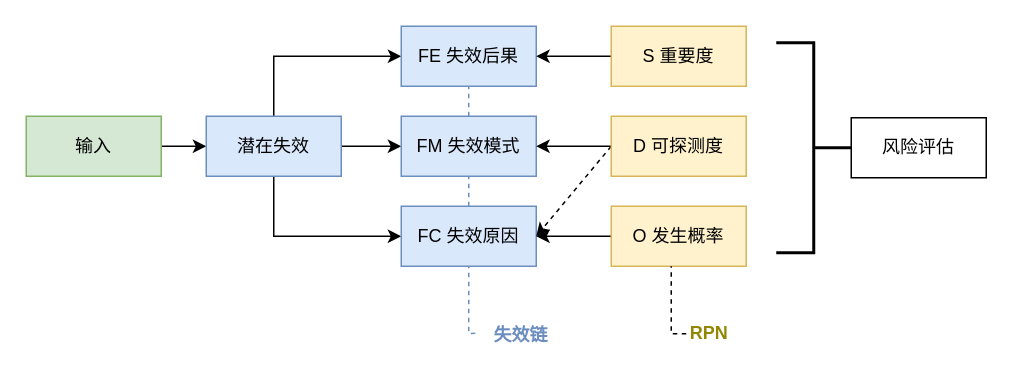
The draw.io diagram 未命名绘图.drawio in 89ao/rss2cubox, before the edit. Source tidied: cells renumbered, new cells numbered last; positions are measured from the earlier drawing's top-left corner, leaving out a move shared by most shapes. Both pictures are drawn from the tidied source at 150%, with x=0, y=0 at pixel (26, 26).
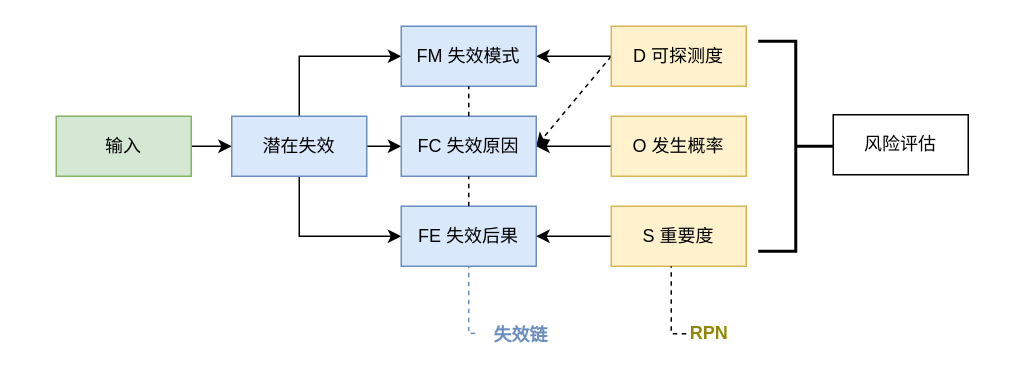
The same diagram, later.

Commit message:
更新未命名绘图.drawio

The change refers to these unchanged cells:
```xml
<mxCell id="14" value="失效链" style="text;align=center;verticalAlign=middle;points=[];strokeColor=none;fillColor=none;labelBorderColor=none;fontColor=light-dark(#6c8ebf, #ededed);fontStyle=1;" parent="1" vertex="1">
  <mxGeometry x="300" y="190" width="60" height="30" as="geometry" />
</mxCell>
```

What changed in the source:
```diff
@@
     <mxCell id="3" value="输入" style="rounded=0;whiteSpace=wrap;html=1;fillColor=#d5e8d4;strokeColor=#82b366;" parent="1" vertex="1">
-      <mxGeometry y="60" width="90" height="40" as="geometry" />
+      <mxGeometry x="20" y="60" width="90" height="40" as="geometry" />
     </mxCell>
+    <mxCell id="6" style="edgeStyle=orthogonalEdgeStyle;rounded=0;jettySize=auto;html=1;exitX=1;exitY=0.5;exitDx=0;exitDy=0;entryX=0;entryY=0.5;entryDx=0;entryDy=0;" parent="1" edge="1" source="7" target="10">
+      <mxGeometry relative="1" as="geometry" />
+    </mxCell>
-    <mxCell id="4" style="edgeStyle=orthogonalEdgeStyle;rounded=0;jettySize=auto;html=1;" parent="1" edge="1" source="7" target="8">
+    <mxCell id="4" style="edgeStyle=orthogonalEdgeStyle;rounded=0;jettySize=auto;html=1;exitX=0.5;exitY=0;exitDx=0;exitDy=0;entryX=0;entryY=0.5;entryDx=0;entryDy=0;" parent="1" edge="1" source="7" target="8">
       <mxGeometry relative="1" as="geometry" />
     </mxCell>
-    <mxCell id="5" style="edgeStyle=orthogonalEdgeStyle;rounded=0;jettySize=auto;html=1;exitX=0.5;exitY=0;exitDx=0;exitDy=0;entryX=0;entryY=0.5;entryDx=0;entryDy=0;" parent="1" edge="1" source="7" target="9">
+    <mxCell id="5" style="edgeStyle=orthogonalEdgeStyle;rounded=0;jettySize=auto;html=1;exitX=0.5;exitY=1;exitDx=0;exitDy=0;entryX=0;entryY=0.5;entryDx=0;entryDy=0;" parent="1" edge="1" source="7" target="9">
       <mxGeometry relative="1" as="geometry" />
     </mxCell>
-    <mxCell id="6" style="edgeStyle=orthogonalEdgeStyle;rounded=0;jettySize=auto;html=1;exitX=0.5;exitY=1;exitDx=0;exitDy=0;entryX=0;entryY=0.5;entryDx=0;entryDy=0;" parent="1" edge="1" source="7" target="10">
-      <mxGeometry relative="1" as="geometry" />
-    </mxCell>
     <mxCell id="7" value="潜在失效" style="rounded=0;whiteSpace=wrap;html=1;fillColor=#dae8fc;strokeColor=#6c8ebf;" parent="1" vertex="1">
-      <mxGeometry x="120" y="60" width="90" height="40" as="geometry" />
+      <mxGeometry x="137" y="60" width="90" height="40" as="geometry" />
     </mxCell>
-    <mxCell id="8" value="FM 失效模式" style="rounded=0;whiteSpace=wrap;html=1;fillColor=#dae8fc;strokeColor=#6c8ebf;" parent="1" vertex="1">
-      <mxGeometry x="250" y="60" width="90" height="40" as="geometry" />
-    </mxCell>
     <mxCell id="9" value="FE 失效后果" style="rounded=0;whiteSpace=wrap;html=1;fillColor=#dae8fc;strokeColor=#6c8ebf;" parent="1" vertex="1">
-      <mxGeometry x="250" width="90" height="40" as="geometry" />
+      <mxGeometry x="250" y="120" width="90" height="40" as="geometry" />
     </mxCell>
-    <mxCell id="10" value="FC 失效原因" style="rounded=0;whiteSpace=wrap;html=1;fillColor=#dae8fc;strokeColor=#6c8ebf;" parent="1" vertex="1">
-      <mxGeometry x="250" y="120" width="90" height="40" as="geometry" />
-    </mxCell>
-    <mxCell id="11" style="endArrow=none;dashed=1;html=1;rounded=0;entryX=0.5;entryY=1;entryDx=0;entryDy=0;exitX=0.5;exitY=0;exitDx=0;exitDy=0;fillColor=#dae8fc;strokeColor=#6c8ebf;" parent="1" edge="1" source="8" target="9">
-      <mxGeometry relative="1" as="geometry" />
-    </mxCell>
-    <mxCell id="12" style="endArrow=none;dashed=1;html=1;rounded=0;entryX=0.5;entryY=1;entryDx=0;entryDy=0;exitX=0.5;exitY=0;exitDx=0;exitDy=0;fillColor=#dae8fc;strokeColor=#6c8ebf;" parent="1" edge="1" source="10" target="8">
-      <mxGeometry relative="1" as="geometry" />
-    </mxCell>
-    <mxCell id="13" style="endArrow=none;dashed=1;html=1;rounded=0;entryX=0.5;entryY=1;entryDx=0;entryDy=0;exitX=-0.011;exitY=0.49;exitDx=0;exitDy=0;exitPerimeter=0;fillColor=#dae8fc;strokeColor=#6c8ebf;" parent="1" edge="1" source="14" target="10">
-      <mxGeometry relative="1" as="geometry">
-        <Array as="points">
-          <mxPoint x="295" y="205" />
-        </Array>
-      </mxGeometry>
-    </mxCell>
@@
+    <mxCell id="16" style="rounded=0;jettySize=auto;html=1;exitX=0;exitY=0.5;exitDx=0;exitDy=0;entryX=1;entryY=0.5;entryDx=0;entryDy=0;dashed=1;" parent="1" edge="1" source="17" target="10">
+      <mxGeometry relative="1" as="geometry" />
+    </mxCell>
@@
-    <mxCell id="16" style="rounded=0;jettySize=auto;html=1;exitX=0;exitY=0.5;exitDx=0;exitDy=0;entryX=1;entryY=0.5;entryDx=0;entryDy=0;dashed=1;" parent="1" edge="1" source="17" target="10">
-      <mxGeometry relative="1" as="geometry" />
-    </mxCell>
     <mxCell id="17" value="D 可探测度" style="rounded=0;whiteSpace=wrap;html=1;fillColor=#fff2cc;strokeColor=#d6b656;" parent="1" vertex="1">
-      <mxGeometry x="390" y="60" width="90" height="40" as="geometry" />
+      <mxGeometry x="390" width="90" height="40" as="geometry" />
     </mxCell>
@@
     <mxCell id="19" value="S 重要度" style="rounded=0;whiteSpace=wrap;html=1;fillColor=#fff2cc;strokeColor=#d6b656;" parent="1" vertex="1">
-      <mxGeometry x="390" width="90" height="40" as="geometry" />
+      <mxGeometry x="390" y="120" width="90" height="40" as="geometry" />
     </mxCell>
@@
     <mxCell id="21" value="O 发生概率" style="rounded=0;whiteSpace=wrap;html=1;fillColor=#fff2cc;strokeColor=#d6b656;" parent="1" vertex="1">
-      <mxGeometry x="390" y="120" width="90" height="40" as="geometry" />
+      <mxGeometry x="390" y="60" width="90" height="40" as="geometry" />
     </mxCell>
@@
     <mxCell id="24" style="strokeWidth=2;html=1;shape=mxgraph.flowchart.annotation_2;align=left;labelPosition=right;rotation=-180;" parent="1" vertex="1">
-      <mxGeometry x="500" y="11" width="50" height="140" as="geometry" />
+      <mxGeometry x="488" y="10" width="50" height="140" as="geometry" />
     </mxCell>
     <mxCell id="25" value="风险评估" style="rounded=0;whiteSpace=wrap;html=1;" parent="1" vertex="1">
-      <mxGeometry x="550" y="61" width="90" height="40" as="geometry" />
+      <mxGeometry x="538" y="59" width="90" height="40" as="geometry" />
     </mxCell>
+    <mxCell id="26" style="endArrow=none;dashed=1;html=1;rounded=0;exitX=-0.011;exitY=0.49;exitDx=0;exitDy=0;exitPerimeter=0;fillColor=#dae8fc;strokeColor=#6c8ebf;" parent="1" edge="1" source="14">
+      <mxGeometry relative="1" as="geometry">
+        <mxPoint x="295" y="160" as="targetPoint" />
+        <Array as="points">
+          <mxPoint x="295" y="205" />
+        </Array>
+      </mxGeometry>
+    </mxCell>
+    <mxCell id="8" value="FM 失效模式" style="rounded=0;whiteSpace=wrap;html=1;fillColor=#dae8fc;strokeColor=#6c8ebf;" parent="1" vertex="1">
+      <mxGeometry x="250" width="90" height="40" as="geometry" />
+    </mxCell>
+    <mxCell id="10" value="FC 失效原因" style="rounded=0;whiteSpace=wrap;html=1;fillColor=#dae8fc;strokeColor=#6c8ebf;" parent="1" vertex="1">
+      <mxGeometry x="250" y="60" width="90" height="40" as="geometry" />
+    </mxCell>
+    <mxCell id="27" style="endArrow=none;dashed=1;html=1;rounded=0;entryX=0.5;entryY=1;entryDx=0;entryDy=0;exitX=0.5;exitY=0;exitDx=0;exitDy=0;" parent="1" edge="1" source="9" target="10">
+      <mxGeometry relative="1" as="geometry" />
+    </mxCell>
+    <mxCell id="12" style="endArrow=none;dashed=1;html=1;rounded=0;entryX=0.5;entryY=1;entryDx=0;entryDy=0;exitX=0.5;exitY=0;exitDx=0;exitDy=0;" parent="1" edge="1" source="10" target="8">
+      <mxGeometry relative="1" as="geometry" />
+    </mxCell>
```
